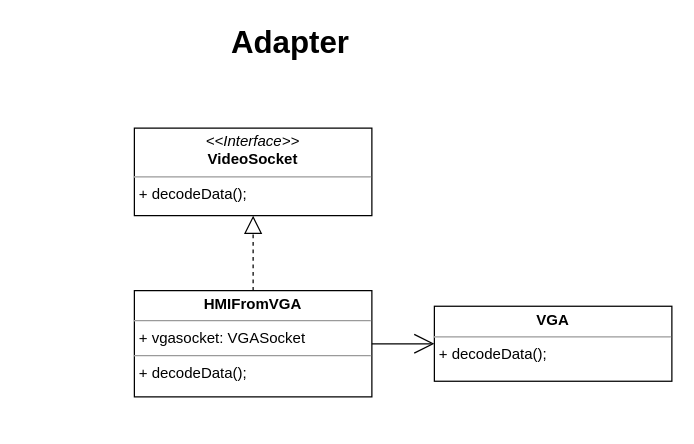
Earlier version of the draw.io diagram page "Adapter" (1 of 7) of patterns/structural.drawio (antariuz/uml). Source tidied: cells renumbered, new cells numbered last; positions are measured from the earlier drawing's top-left corner, leaving out a move shared by most shapes. Both pictures are drawn from the tidied source at 125%, with x=0, y=0 at pixel (134, 28).
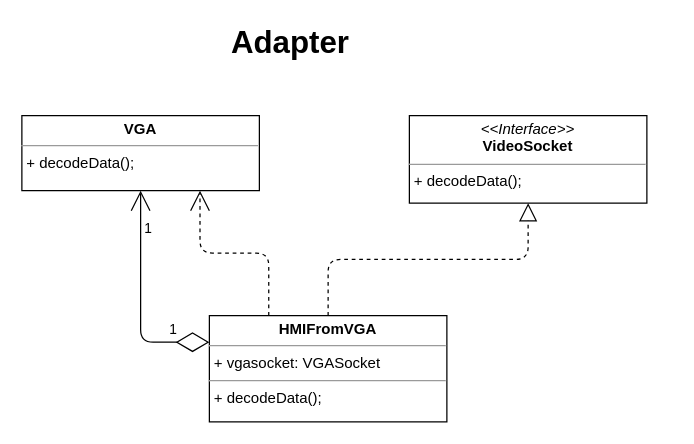
The same diagram, later.

Diff of the diagram source:
```diff
@@
 <mxGraphModel>
   <root>
     <mxCell id="0" />
     <mxCell id="1" parent="0" />
     <mxCell id="2" value="&lt;span style=&quot;font-size: 25px&quot;&gt;&lt;b&gt;Adapter&lt;/b&gt;&lt;/span&gt;" style="text;html=1;strokeColor=none;fillColor=none;align=center;verticalAlign=middle;whiteSpace=wrap;rounded=0;" parent="1" vertex="1">
       <mxGeometry x="20" width="210" height="20" as="geometry" />
     </mxCell>
     <mxCell id="3" value="&lt;p style=&quot;margin: 0px ; margin-top: 4px ; text-align: center&quot;&gt;&lt;b&gt;HMIFromVGA&lt;/b&gt;&lt;/p&gt;&lt;hr size=&quot;1&quot;&gt;&lt;p style=&quot;margin: 0px ; margin-left: 4px&quot;&gt;+ vgasocket: VGASocket&lt;br&gt;&lt;/p&gt;&lt;hr size=&quot;1&quot;&gt;&lt;p style=&quot;margin: 0px ; margin-left: 4px&quot;&gt;+ decodeData();&lt;/p&gt;" style="verticalAlign=top;align=left;overflow=fill;fontSize=12;fontFamily=Helvetica;html=1;" parent="1" vertex="1">
-      <mxGeometry y="210" width="190" height="85" as="geometry" />
+      <mxGeometry x="60" y="230" width="190" height="85" as="geometry" />
     </mxCell>
     <mxCell id="4" value="&lt;p style=&quot;margin: 0px ; margin-top: 4px ; text-align: center&quot;&gt;&lt;i&gt;&amp;lt;&amp;lt;Interface&amp;gt;&amp;gt;&lt;/i&gt;&lt;br&gt;&lt;b&gt;VideoSocket&lt;/b&gt;&lt;/p&gt;&lt;hr size=&quot;1&quot;&gt;&lt;p style=&quot;margin: 0px ; margin-left: 4px&quot;&gt;+ decodeData();&lt;br&gt;&lt;/p&gt;" style="verticalAlign=top;align=left;overflow=fill;fontSize=12;fontFamily=Helvetica;html=1;" parent="1" vertex="1">
-      <mxGeometry y="80" width="190" height="70" as="geometry" />
+      <mxGeometry x="220" y="70" width="190" height="70" as="geometry" />
     </mxCell>
-    <mxCell id="5" value="Relation" style="endArrow=open;endSize=14;startArrow=none;startSize=34;startFill=0;edgeStyle=orthogonalEdgeStyle;noLabel=1;fontColor=none;labelBackgroundColor=none;endFill=0;strokeWidth=1;jumpSize=16;exitX=1;exitY=0.5;exitDx=0;exitDy=0;entryX=0;entryY=0.5;entryDx=0;entryDy=0;" parent="1" edge="1" source="3" target="6">
-      <mxGeometry relative="1" as="geometry" />
+    <mxCell id="5" value="Relation" style="endArrow=open;endSize=14;startArrow=none;startSize=34;startFill=0;edgeStyle=orthogonalEdgeStyle;noLabel=1;fontColor=none;labelBackgroundColor=none;endFill=0;strokeWidth=1;jumpSize=16;exitX=0.25;exitY=0;exitDx=0;exitDy=0;entryX=0.75;entryY=1;entryDx=0;entryDy=0;dashed=1;" parent="1" edge="1" source="3" target="6">
+      <mxGeometry relative="1" as="geometry">
+        <Array as="points">
+          <mxPoint x="107" y="180" />
+          <mxPoint x="53" y="180" />
+          <mxPoint x="53" y="130" />
+        </Array>
+      </mxGeometry>
     </mxCell>
     <mxCell id="6" value="&lt;p style=&quot;margin: 0px ; margin-top: 4px ; text-align: center&quot;&gt;&lt;b&gt;VGA&lt;/b&gt;&lt;/p&gt;&lt;hr size=&quot;1&quot;&gt;&lt;p style=&quot;margin: 0px ; margin-left: 4px&quot;&gt;+ decodeData();&lt;/p&gt;" style="verticalAlign=top;align=left;overflow=fill;fontSize=12;fontFamily=Helvetica;html=1;" parent="1" vertex="1">
-      <mxGeometry x="240" y="222.5" width="190" height="60" as="geometry" />
+      <mxGeometry x="-90" y="70" width="190" height="60" as="geometry" />
     </mxCell>
     <mxCell id="7" style="endArrow=block;dashed=1;endFill=0;endSize=12;html=1;entryX=0.5;entryY=1;entryDx=0;entryDy=0;exitX=0.5;exitY=0;exitDx=0;exitDy=0;edgeStyle=orthogonalEdgeStyle;" parent="1" edge="1" source="3" target="4">
       <mxGeometry relative="1" as="geometry" />
     </mxCell>
+    <mxCell id="8" value="1" style="endArrow=open;endSize=14;startArrow=diamondThin;startSize=24;startFill=0;edgeStyle=orthogonalEdgeStyle;noLabel=1;fontColor=none;labelBackgroundColor=none;endFill=0;strokeWidth=1;entryX=0.5;entryY=1;entryDx=0;entryDy=0;jumpSize=16;exitX=0;exitY=0.25;exitDx=0;exitDy=0;" parent="1" edge="1" source="3" target="6">
+      <mxGeometry relative="1" as="geometry" />
+    </mxCell>
+    <mxCell id="9" value="1" style="edgeLabel;html=1;align=center;verticalAlign=middle;" parent="8" vertex="1">
+      <mxGeometry x="0.02" y="2" relative="1" as="geometry">
+        <mxPoint x="7" y="-57" as="offset" />
+      </mxGeometry>
+    </mxCell>
+    <mxCell id="10" value="1" style="edgeLabel;html=1;align=center;verticalAlign=middle;" parent="8" vertex="1">
+      <mxGeometry x="0.06" relative="1" as="geometry">
+        <mxPoint x="25" y="27" as="offset" />
+      </mxGeometry>
+    </mxCell>
   </root>
 </mxGraphModel>
```
